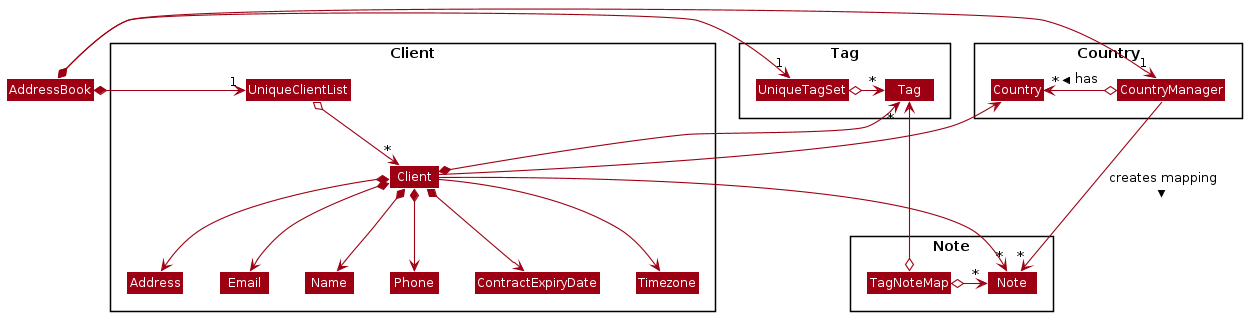
The PlantUML diagram docs/images/InnerWorkings.png in tankangliang/tp, before a commit.
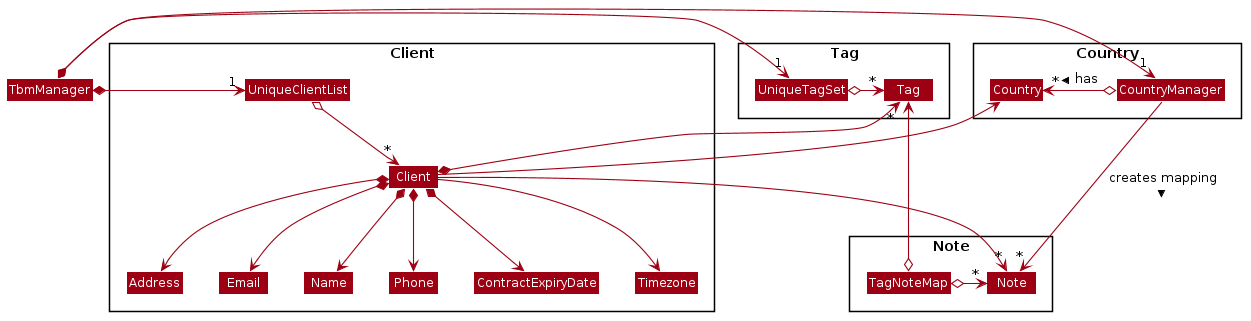
Above is the later version.

What changed in the source:
```diff
@@ -77,9 +77,9 @@
 Class UniqueTagSet
 }
 
-AddressBook *-right-> "1" UniqueClientList
-AddressBook *-right-> "1" UniqueTagSet
-AddressBook *-right-> "1" CountryManager
+TbmManager *-right-> "1" UniqueClientList
+TbmManager *-right-> "1" UniqueTagSet
+TbmManager *-right-> "1" CountryManager
 
 UniqueClientList o--> "*" Client
 
@@ -100,5 +100,5 @@
 TagNoteMap o-up-> Tag
 CountryManager --> "*" Note : creates mapping >
 
-Client -[hidden]right- AddressBook
+Client -[hidden]right- TbmManager
 @enduml
```
